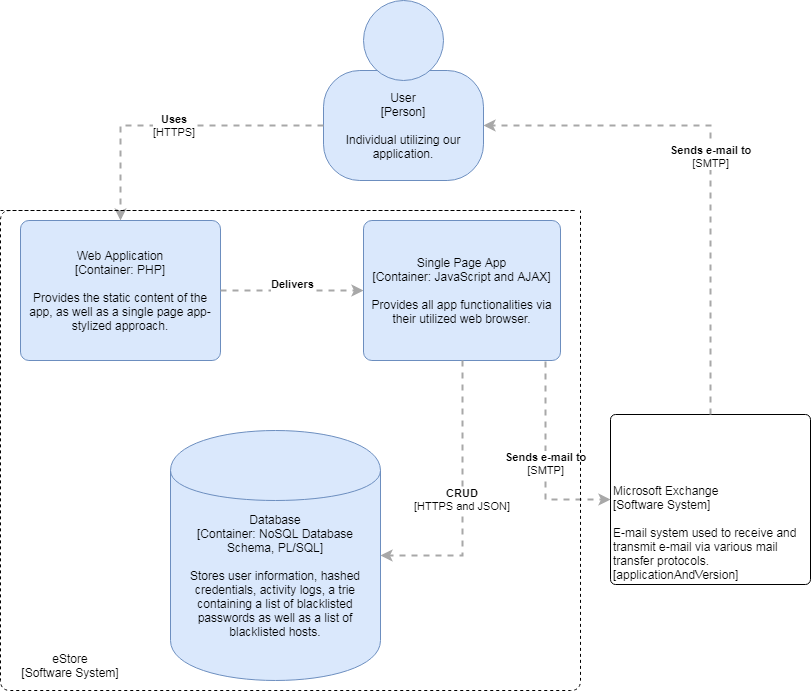
The draw.io diagram estore_containers.PNG in Paul-Reftu/DBMSP-2018-2019, before a commit. Source tidied: cells renumbered, new cells last; positions are measured from the earlier drawing's top-left corner, leaving out a move shared by most shapes.
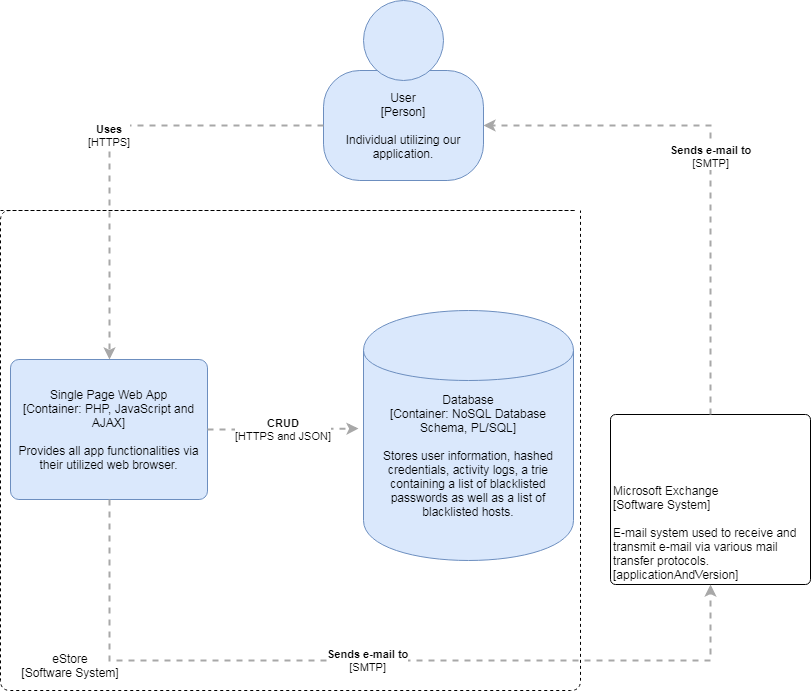
After the change.

Change to the diagram source:
```diff
@@ -18,42 +18,36 @@
         <mxGeometry x="610" y="414" width="200" height="170" as="geometry" />
       </mxCell>
     </object>
-    <object id="6" label="&lt;span&gt;Web Application&lt;/span&gt;&lt;div&gt;[Container:&amp;nbsp;&lt;span&gt;PHP&lt;/span&gt;&lt;span&gt;]&lt;/span&gt;&lt;/div&gt;&lt;div&gt;&lt;br&gt;&lt;/div&gt;&lt;div&gt;Provides the static content of the app, as well as a single page app-stylized approach.&lt;/div&gt;" c4Description="Provides the static content of the app, as well as a single page app-stylized approach." c4Name="Web Application" c4Technology="PHP" c4Type="Container" placeholders="1">
-      <mxCell style="rounded=1;whiteSpace=wrap;html=1;labelBackgroundColor=none;fillColor=#dae8fc;fontColor=#000000;align=center;arcSize=6;strokeColor=#6c8ebf;" parent="1" vertex="1">
-        <mxGeometry x="20" y="220" width="200" height="140" as="geometry" />
-      </mxCell>
-    </object>
-    <object id="7" label="&lt;span&gt;Single Page App&lt;/span&gt;&lt;div&gt;[Container:&amp;nbsp;&lt;span&gt;JavaScript and AJAX&lt;/span&gt;&lt;span&gt;]&lt;/span&gt;&lt;/div&gt;&lt;div&gt;&lt;br&gt;&lt;/div&gt;&lt;div&gt;Provides all app functionalities via their utilized web browser.&lt;/div&gt;" c4Description="Provides all app functionalities via their utilized web browser." c4Name="Single Page App" c4Technology="JavaScript and AJAX" c4Type="Container" placeholders="1">
+    <object id="7" label="&lt;span&gt;Single Page Web App&lt;/span&gt;&lt;div&gt;[Container:&amp;nbsp;&lt;span&gt;PHP, JavaScript and AJAX&lt;/span&gt;&lt;span&gt;]&lt;/span&gt;&lt;/div&gt;&lt;div&gt;&lt;br&gt;&lt;/div&gt;&lt;div&gt;Provides all app functionalities via their utilized web browser.&lt;/div&gt;" c4Description="Provides all app functionalities via their utilized web browser." c4Name="Single Page Web App" c4Technology="PHP, JavaScript and AJAX" c4Type="Container" placeholders="1">
       <mxCell style="rounded=1;whiteSpace=wrap;html=1;labelBackgroundColor=none;fillColor=#dae8fc;fontColor=#000000;align=center;arcSize=6;strokeColor=#6c8ebf;" parent="1" vertex="1">
-        <mxGeometry x="363" y="220" width="197" height="140" as="geometry" />
+        <mxGeometry x="10" y="359" width="197" height="140" as="geometry" />
       </mxCell>
     </object>
     <object id="8" label="&lt;span&gt;Database&lt;/span&gt;&lt;div&gt;[Container:&amp;nbsp;NoSQL Database Schema, PL/SQL]&lt;/div&gt;&lt;div&gt;&lt;br&gt;&lt;/div&gt;&lt;div&gt;Stores user information, hashed credentials, activity logs, a trie containing a list of blacklisted passwords as well as a list of blacklisted hosts.&lt;/div&gt;" c4Description="Stores user information, hashed credentials, activity logs, a trie containing a list of blacklisted passwords as well as a list of blacklisted hosts." c4Technology="NoSQL Database Schema, PL/SQL" c4Type="Database" placeholders="1">
       <mxCell style="shape=cylinder;whiteSpace=wrap;html=1;boundedLbl=1;rounded=0;labelBackgroundColor=none;fillColor=#dae8fc;fontSize=12;fontColor=#000000;align=center;strokeColor=#6c8ebf;" parent="1" vertex="1">
-        <mxGeometry x="170" y="430" width="210" height="250" as="geometry" />
+        <mxGeometry x="363" y="310" width="210" height="250" as="geometry" />
       </mxCell>
     </object>
-    <mxCell id="9" value="&lt;div style=&quot;text-align: left&quot;&gt;&lt;div style=&quot;text-align: center&quot;&gt;&lt;b&gt;Uses&lt;/b&gt;&lt;/div&gt;&lt;div style=&quot;text-align: center&quot;&gt;[HTTPS]&lt;/div&gt;&lt;/div&gt;" style="edgeStyle=none;rounded=0;html=1;entryX=0.5;entryY=0;jettySize=auto;strokeColor=#A8A8A8;strokeWidth=2;fontColor=#000000;jumpStyle=none;dashed=1;exitX=0;exitY=0.5;exitDx=0;exitDy=0;entryDx=0;entryDy=0;" parent="1" edge="1" source="3" target="6">
+    <mxCell id="9" value="&lt;div style=&quot;text-align: left&quot;&gt;&lt;div style=&quot;text-align: center&quot;&gt;&lt;b&gt;Uses&lt;/b&gt;&lt;/div&gt;&lt;div style=&quot;text-align: center&quot;&gt;[HTTPS]&lt;/div&gt;&lt;/div&gt;" style="edgeStyle=none;rounded=0;html=1;entryX=0.5;entryY=0;jettySize=auto;strokeColor=#A8A8A8;strokeWidth=2;fontColor=#000000;jumpStyle=none;dashed=1;exitX=0;exitY=0.5;exitDx=0;exitDy=0;entryDx=0;entryDy=0;" parent="1" edge="1" source="3" target="7">
       <mxGeometry relative="1" as="geometry">
         <Array as="points">
-          <mxPoint x="120" y="125" />
+          <mxPoint x="109" y="125" />
         </Array>
       </mxGeometry>
     </mxCell>
-    <mxCell id="10" value="&lt;div style=&quot;text-align: left&quot;&gt;&lt;div style=&quot;text-align: center&quot;&gt;&lt;b&gt;Delivers&lt;/b&gt;&lt;/div&gt;&lt;div style=&quot;text-align: center&quot;&gt;&lt;br&gt;&lt;/div&gt;&lt;/div&gt;" style="edgeStyle=none;rounded=0;html=1;entryX=0;entryY=0.5;jettySize=auto;strokeColor=#A8A8A8;strokeWidth=2;fontColor=#000000;jumpStyle=none;dashed=1;exitX=1;exitY=0.5;exitDx=0;exitDy=0;entryDx=0;entryDy=0;" parent="1" edge="1" source="6" target="7">
-      <mxGeometry relative="1" as="geometry" />
-    </mxCell>
-    <mxCell id="11" value="&lt;div style=&quot;text-align: left&quot;&gt;&lt;div style=&quot;text-align: center&quot;&gt;&lt;b&gt;CRUD&lt;/b&gt;&lt;/div&gt;&lt;div style=&quot;text-align: center&quot;&gt;[HTTPS and JSON]&lt;/div&gt;&lt;/div&gt;" style="edgeStyle=none;rounded=0;html=1;entryX=1;entryY=0.5;jettySize=auto;strokeColor=#A8A8A8;strokeWidth=2;fontColor=#000000;jumpStyle=none;dashed=1;exitX=0.5;exitY=1;exitDx=0;exitDy=0;entryDx=0;entryDy=0;" parent="1" edge="1" source="7" target="8">
+    <mxCell id="11" value="&lt;div style=&quot;text-align: left&quot;&gt;&lt;div style=&quot;text-align: center&quot;&gt;&lt;b&gt;CRUD&lt;/b&gt;&lt;/div&gt;&lt;div style=&quot;text-align: center&quot;&gt;[HTTPS and JSON]&lt;/div&gt;&lt;/div&gt;" style="edgeStyle=none;rounded=0;html=1;jettySize=auto;strokeColor=#A8A8A8;strokeWidth=2;fontColor=#000000;jumpStyle=none;dashed=1;exitX=1;exitY=0.5;exitDx=0;exitDy=0;" parent="1" edge="1" source="7">
       <mxGeometry relative="1" as="geometry">
+        <mxPoint x="358" y="428" as="targetPoint" />
         <Array as="points">
-          <mxPoint x="462" y="555" />
+          <mxPoint x="270" y="429" />
         </Array>
       </mxGeometry>
     </mxCell>
-    <mxCell id="12" value="&lt;div style=&quot;text-align: left&quot;&gt;&lt;div style=&quot;text-align: center&quot;&gt;&lt;b&gt;Sends e-mail to&lt;/b&gt;&lt;/div&gt;&lt;div style=&quot;text-align: center&quot;&gt;[SMTP]&lt;/div&gt;&lt;/div&gt;" style="edgeStyle=none;rounded=0;html=1;entryX=0;entryY=0.5;jettySize=auto;strokeColor=#A8A8A8;strokeWidth=2;fontColor=#000000;jumpStyle=none;dashed=1;exitX=0.924;exitY=1.007;exitDx=0;exitDy=0;entryDx=0;entryDy=0;exitPerimeter=0;" parent="1" edge="1" source="7" target="5">
+    <mxCell id="12" value="&lt;div style=&quot;text-align: left&quot;&gt;&lt;div style=&quot;text-align: center&quot;&gt;&lt;b&gt;Sends e-mail to&lt;/b&gt;&lt;/div&gt;&lt;div style=&quot;text-align: center&quot;&gt;[SMTP]&lt;/div&gt;&lt;/div&gt;" style="edgeStyle=none;rounded=0;html=1;entryX=0.5;entryY=1;jettySize=auto;strokeColor=#A8A8A8;strokeWidth=2;fontColor=#000000;jumpStyle=none;dashed=1;exitX=0.5;exitY=1;exitDx=0;exitDy=0;entryDx=0;entryDy=0;" parent="1" edge="1" source="7" target="5">
       <mxGeometry relative="1" as="geometry">
         <Array as="points">
-          <mxPoint x="545" y="499" />
+          <mxPoint x="109" y="660" />
+          <mxPoint x="710" y="660" />
         </Array>
       </mxGeometry>
     </mxCell>
```
